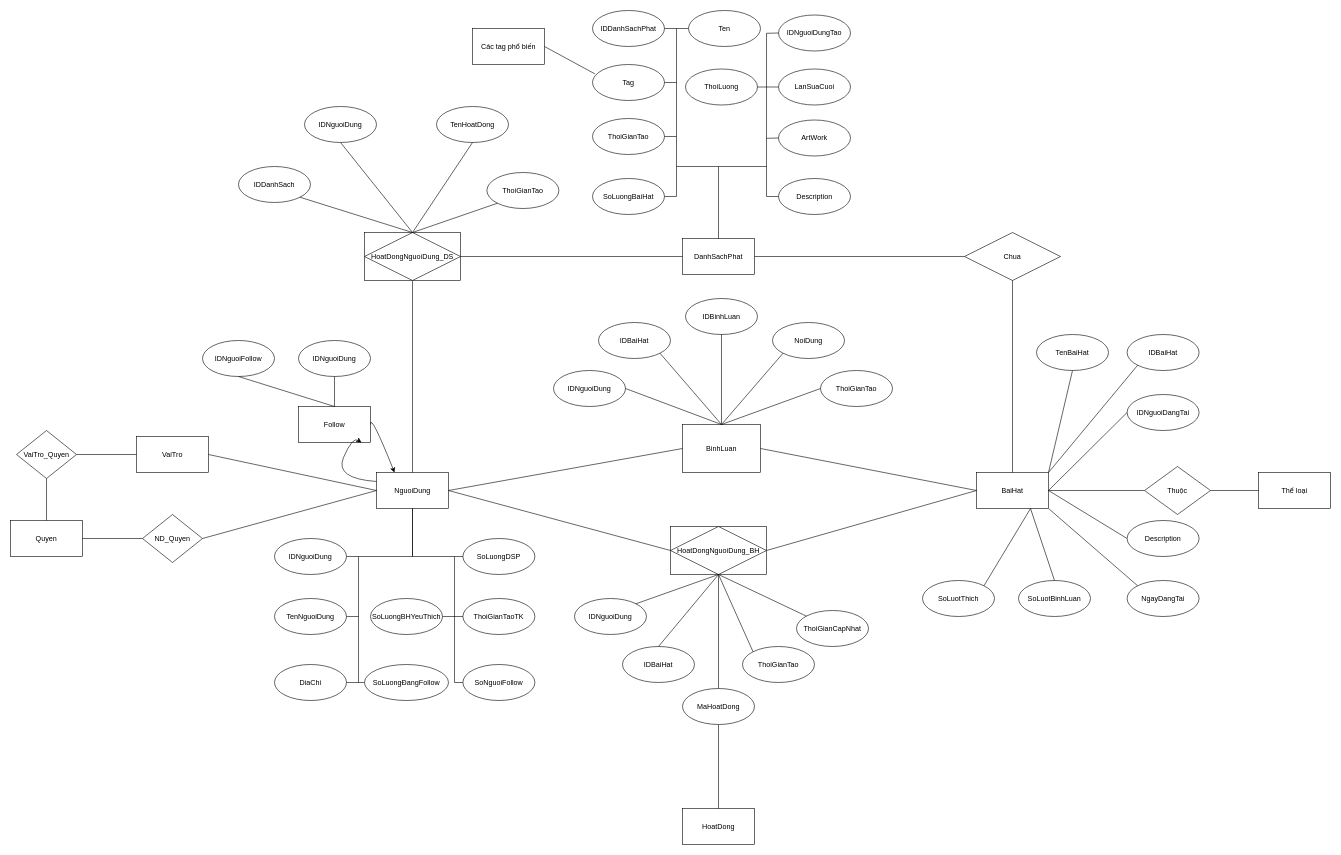
This is ERD.drawio from duyhelloworld/webnangcao, a draw.io file, before an edit. Source tidied: cells renumbered, new cells numbered last; positions are measured from the earlier drawing's top-left corner, leaving out a move shared by most shapes. Both pictures are drawn from the tidied source at 60%, with x=0, y=0 at pixel (10, 10).
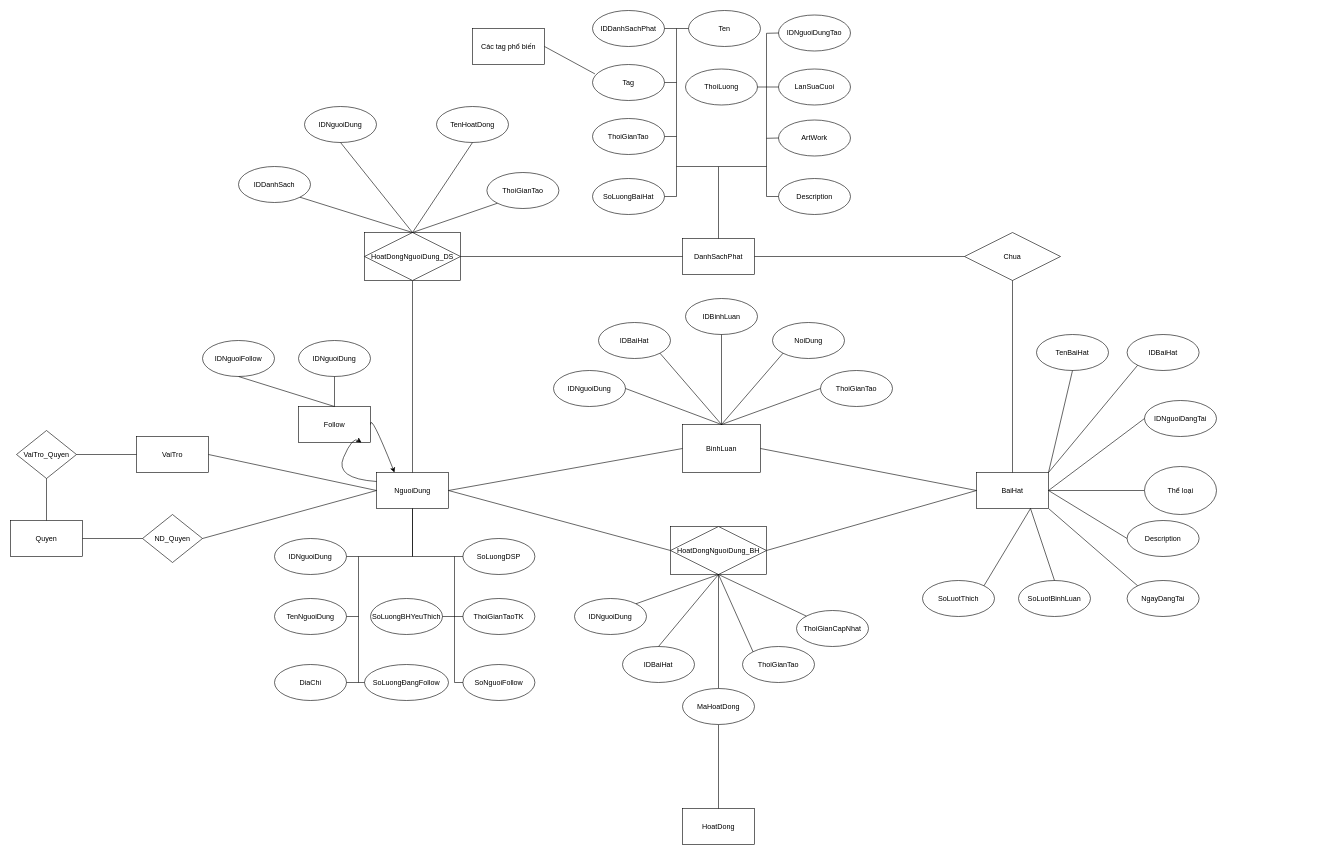
The same diagram, later.

Commit message:
Sửa lại cái "Thể loại" thành Text

The change refers to these unchanged cells:
```xml
<mxCell id="3" value="BaiHat" style="rounded=0;whiteSpace=wrap;html=1;" parent="1" vertex="1">
  <mxGeometry x="1610" y="770" width="120" height="60" as="geometry" />
</mxCell>
```

What changed in the source:
```diff
@@
     <mxCell id="78" value="IDNguoiDangTai" style="ellipse;whiteSpace=wrap;html=1;" parent="1" vertex="1">
-      <mxGeometry x="1861" y="640" width="120" height="60" as="geometry" />
+      <mxGeometry x="1890" y="650" width="120" height="60" as="geometry" />
     </mxCell>
@@
-    <mxCell id="82" style="endArrow=none;html=1;rounded=0;entryX=1;entryY=0.5;entryDx=0;entryDy=0;exitX=0;exitY=0.5;exitDx=0;exitDy=0;" parent="1" edge="1" target="3">
-      <mxGeometry relative="1" as="geometry">
-        <mxPoint x="1890" y="800" as="sourcePoint" />
-      </mxGeometry>
+    <mxCell id="82" style="endArrow=none;html=1;rounded=0;entryX=1;entryY=0.5;entryDx=0;entryDy=0;exitX=0;exitY=0.5;exitDx=0;exitDy=0;" parent="1" edge="1" source="114" target="3">
+      <mxGeometry relative="1" as="geometry" />
     </mxCell>
@@
-    <mxCell id="113" value="Thuộc" style="rhombus;" parent="1" vertex="1">
-      <mxGeometry x="1890" y="760" width="110" height="80" as="geometry" />
-    </mxCell>
-    <mxCell id="114" value="Thể loại" parent="1" vertex="1">
-      <mxGeometry x="2080" y="770" width="120" height="60" as="geometry" />
-    </mxCell>
-    <mxCell id="115" style="endArrow=none;html=1;rounded=0;entryX=1;entryY=0.5;entryDx=0;entryDy=0;exitX=0;exitY=0.5;exitDx=0;exitDy=0;" parent="1" edge="1" source="114" target="113">
-      <mxGeometry relative="1" as="geometry" />
-    </mxCell>
@@
+    <mxCell id="114" value="Thể loại" style="ellipse;" parent="1" vertex="1">
+      <mxGeometry x="1890" y="760" width="120" height="80" as="geometry" />
+    </mxCell>
```
